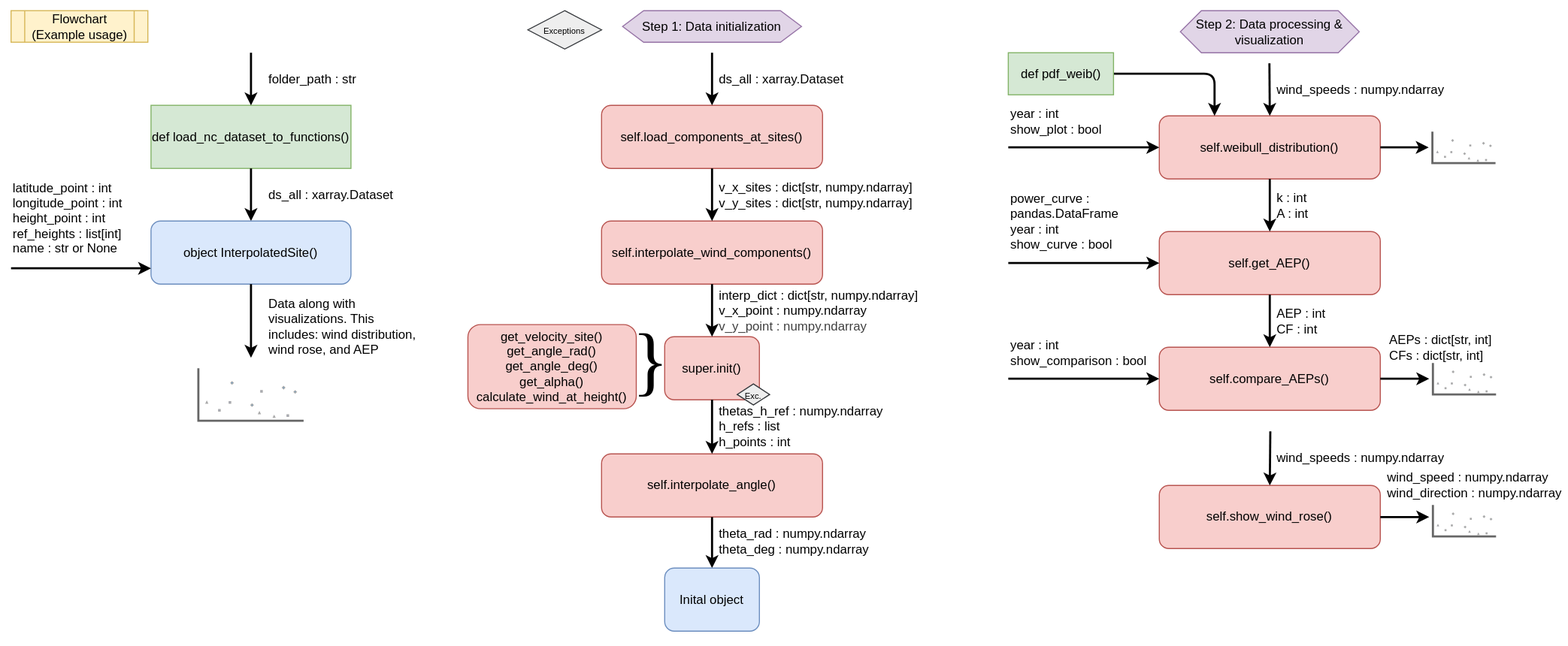
The draw.io diagram diagrams/Flowchart.svg in DTUWindEducation/final-project-grustlers, before a commit. Source tidied: cells renumbered, new cells last; positions are measured from the earlier drawing's top-left corner, leaving out a move shared by most shapes.
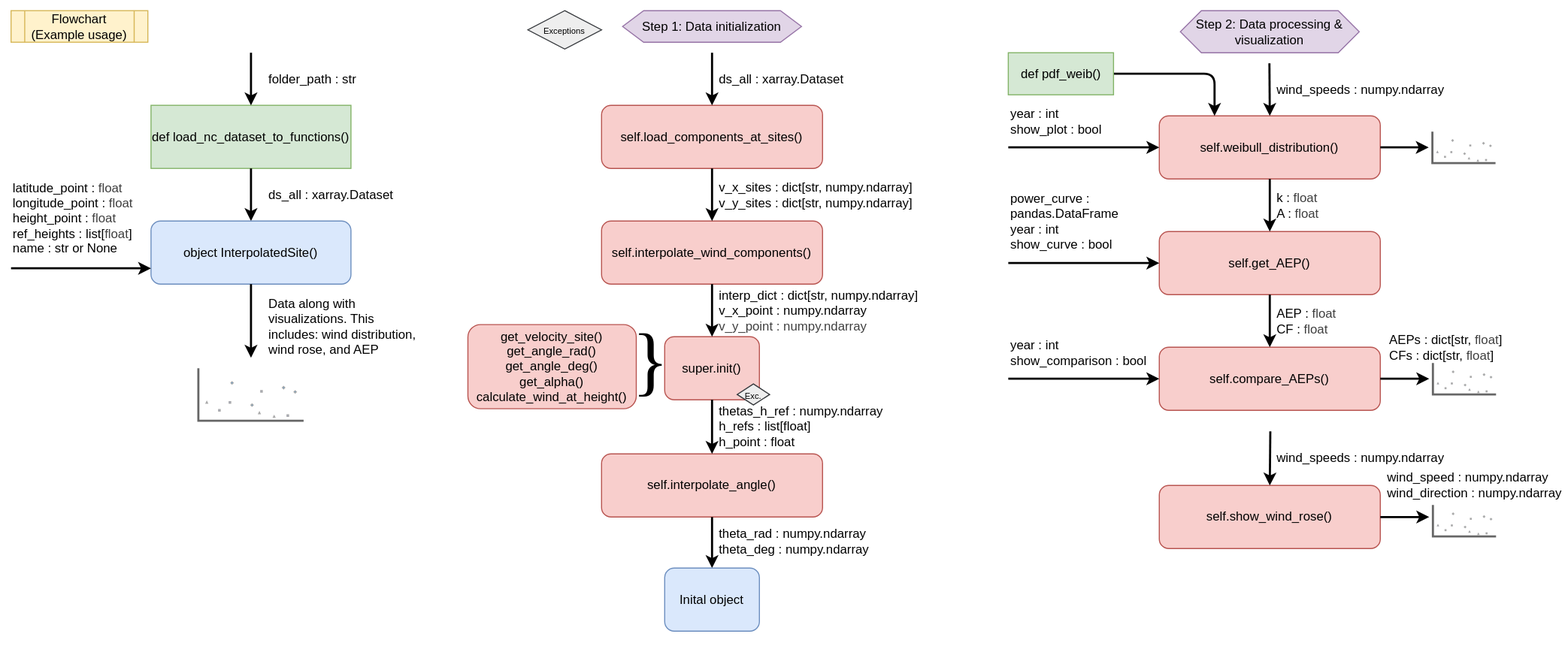
After the change.

Commit message:
Fixed a typo in README and updated diagrams because of misinterpretation of some inputs for certain functions/methods

What changed in the source:
```diff
@@ -153,13 +153,13 @@
     <mxCell id="44" value="wind_speeds : numpy.ndarray" style="text;html=1;align=left;verticalAlign=middle;whiteSpace=wrap;rounded=0;" parent="1" vertex="1">
       <mxGeometry x="1211.1" y="70.5" width="166.5" height="30" as="geometry" />
     </mxCell>
-    <mxCell id="45" value="k : int&lt;div&gt;A : int&lt;/div&gt;" style="text;html=1;align=left;verticalAlign=middle;whiteSpace=wrap;rounded=0;" parent="1" vertex="1">
+    <mxCell id="45" value="k :&amp;nbsp;&lt;span style=&quot;color: rgb(63, 63, 63);&quot;&gt;float&lt;/span&gt;&lt;div&gt;A :&amp;nbsp;&lt;span style=&quot;color: rgb(63, 63, 63); background-color: transparent;&quot;&gt;float&lt;/span&gt;&lt;/div&gt;" style="text;html=1;align=left;verticalAlign=middle;whiteSpace=wrap;rounded=0;" parent="1" vertex="1">
       <mxGeometry x="1211.1" y="180.5" width="166.5" height="30" as="geometry" />
     </mxCell>
     <mxCell id="46" value="&lt;div&gt;power_curve : pandas.DataFrame&lt;/div&gt;year : int&lt;div&gt;show_curve : bool&lt;/div&gt;" style="text;html=1;align=left;verticalAlign=middle;whiteSpace=wrap;rounded=0;" parent="1" vertex="1">
       <mxGeometry x="957.6" y="180.5" width="130" height="60" as="geometry" />
     </mxCell>
-    <mxCell id="47" value="&lt;div&gt;latitude_point : int&lt;/div&gt;&lt;div&gt;longitude_point : int&lt;/div&gt;&lt;span style=&quot;background-color: transparent;&quot;&gt;height_point : int&lt;/span&gt;&lt;div&gt;ref_heights : list[int]&lt;/div&gt;&lt;div&gt;name : str or None&lt;/div&gt;" style="text;html=1;align=left;verticalAlign=middle;whiteSpace=wrap;rounded=0;" parent="1" vertex="1">
+    <mxCell id="47" value="&lt;div&gt;latitude_point :&amp;nbsp;&lt;span style=&quot;color: rgb(63, 63, 63); background-color: transparent;&quot;&gt;float&lt;/span&gt;&lt;/div&gt;&lt;div&gt;longitude_point :&amp;nbsp;&lt;span style=&quot;color: rgb(63, 63, 63); background-color: transparent;&quot;&gt;float&lt;/span&gt;&lt;/div&gt;&lt;span style=&quot;background-color: transparent;&quot;&gt;height_point :&amp;nbsp;&lt;/span&gt;&lt;span style=&quot;color: rgb(63, 63, 63);&quot;&gt;float&lt;/span&gt;&lt;div&gt;ref_heights : list[&lt;span style=&quot;color: rgb(63, 63, 63);&quot;&gt;float&lt;/span&gt;]&lt;/div&gt;&lt;div&gt;name : str or None&lt;/div&gt;" style="text;html=1;align=left;verticalAlign=middle;whiteSpace=wrap;rounded=0;" parent="1" vertex="1">
       <mxGeometry x="10" y="170.5" width="150" height="75" as="geometry" />
     </mxCell>
     <mxCell id="48" value="year : int&lt;div&gt;show_comparison : bool&lt;/div&gt;" style="text;html=1;align=left;verticalAlign=middle;whiteSpace=wrap;rounded=0;" parent="1" vertex="1">
@@ -168,7 +168,7 @@
     <mxCell id="49" value="&lt;font style=&quot;font-size: 8px;&quot;&gt;Exceptions&lt;/font&gt;" style="rhombus;whiteSpace=wrap;html=1;fillColor=#eeeeee;strokeColor=#36393d;" parent="1" vertex="1">
       <mxGeometry x="501.1" y="10.5" width="70" height="36.5" as="geometry" />
     </mxCell>
-    <mxCell id="50" value="AEP : int&lt;div&gt;CF : int&lt;/div&gt;" style="text;html=1;align=left;verticalAlign=middle;whiteSpace=wrap;rounded=0;" parent="1" vertex="1">
+    <mxCell id="50" value="AEP :&amp;nbsp;&lt;span style=&quot;color: rgb(63, 63, 63);&quot;&gt;float&lt;/span&gt;&lt;div&gt;CF :&amp;nbsp;&lt;span style=&quot;color: rgb(63, 63, 63); background-color: transparent;&quot;&gt;float&lt;/span&gt;&lt;/div&gt;" style="text;html=1;align=left;verticalAlign=middle;whiteSpace=wrap;rounded=0;" parent="1" vertex="1">
       <mxGeometry x="1211.1" y="290.5" width="166.5" height="30" as="geometry" />
     </mxCell>
     <mxCell id="51" style="endArrow=classic;html=1;strokeWidth=2;exitX=1;exitY=0.5;exitDx=0;exitDy=0;" parent="1" edge="1" source="20">
@@ -176,7 +176,7 @@
         <mxPoint x="1357.6" y="360.5" as="targetPoint" />
       </mxGeometry>
     </mxCell>
-    <mxCell id="52" value="AEPs : dict[str, int]&lt;div&gt;CFs : dict[str, int]&lt;/div&gt;" style="text;html=1;align=left;verticalAlign=middle;whiteSpace=wrap;rounded=0;" parent="1" vertex="1">
+    <mxCell id="52" value="AEPs : dict[str,&amp;nbsp;&lt;span style=&quot;color: rgb(63, 63, 63);&quot;&gt;float&lt;/span&gt;]&lt;div&gt;CFs : dict[str,&amp;nbsp;&lt;span style=&quot;color: rgb(63, 63, 63); background-color: transparent;&quot;&gt;float&lt;/span&gt;&lt;span style=&quot;background-color: transparent;&quot;&gt;]&lt;/span&gt;&lt;/div&gt;" style="text;html=1;align=left;verticalAlign=middle;whiteSpace=wrap;rounded=0;" parent="1" vertex="1">
       <mxGeometry x="1317.6" y="315.5" width="166.5" height="30" as="geometry" />
     </mxCell>
     <mxCell id="53" value="wind_speed : numpy.ndarray&lt;div&gt;wind_direction :&amp;nbsp;&lt;span style=&quot;color: rgb(0, 0, 0); background-color: transparent;&quot;&gt;numpy.ndarray&lt;/span&gt;&lt;/div&gt;" style="text;html=1;align=left;verticalAlign=middle;whiteSpace=wrap;rounded=0;" parent="1" vertex="1">
@@ -193,7 +193,7 @@
     <mxCell id="56" value="ds_all : xarray.Dataset" style="text;html=1;align=left;verticalAlign=middle;whiteSpace=wrap;rounded=0;" parent="1" vertex="1">
       <mxGeometry x="681.1" y="60.5" width="150" height="30" as="geometry" />
     </mxCell>
-    <mxCell id="57" value="thetas_h_ref : numpy.ndarray&lt;div&gt;h_refs : list&lt;/div&gt;&lt;div&gt;h_points : int&lt;/div&gt;" style="text;html=1;align=left;verticalAlign=middle;whiteSpace=wrap;rounded=0;" parent="1" vertex="1">
+    <mxCell id="57" value="thetas_h_ref : numpy.ndarray&lt;div&gt;h_refs : list[float]&lt;/div&gt;&lt;div&gt;h_point : float&lt;/div&gt;" style="text;html=1;align=left;verticalAlign=middle;whiteSpace=wrap;rounded=0;" parent="1" vertex="1">
       <mxGeometry x="681.1" y="380.5" width="196.5" height="51.5" as="geometry" />
     </mxCell>
     <mxCell id="58" value="theta_rad : numpy.ndarray&lt;div&gt;theta_deg : numpy.ndarray&lt;/div&gt;" style="text;html=1;align=left;verticalAlign=middle;whiteSpace=wrap;rounded=0;" parent="1" vertex="1">
```
